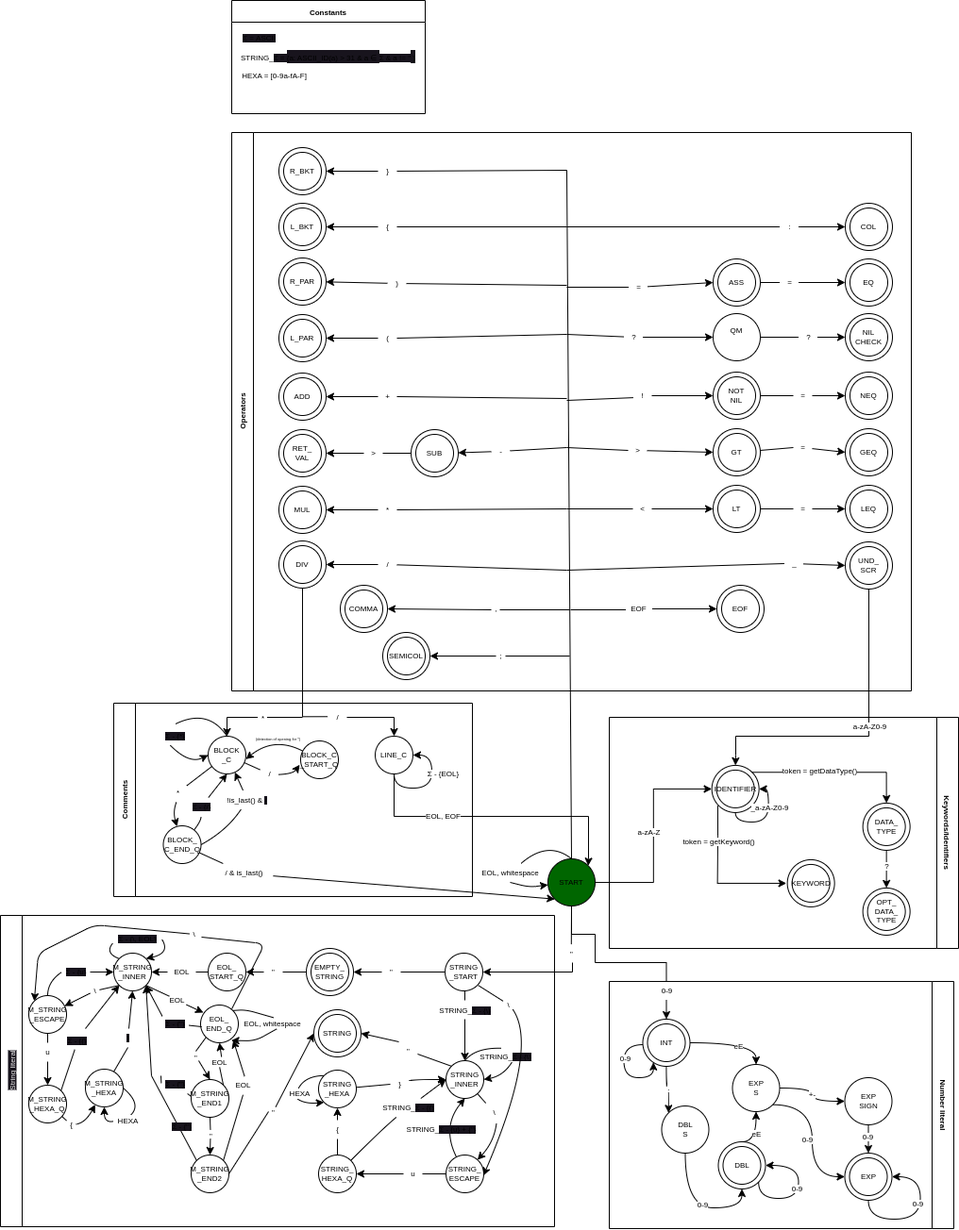
This is doc/fsm_draft.drawio.png from pomjak/IFJ23, a draw.io export, as it was before one commit. Source tidied: cells renumbered, new cells last; positions are measured from the earlier drawing's top-left corner, leaving out a move shared by most shapes.
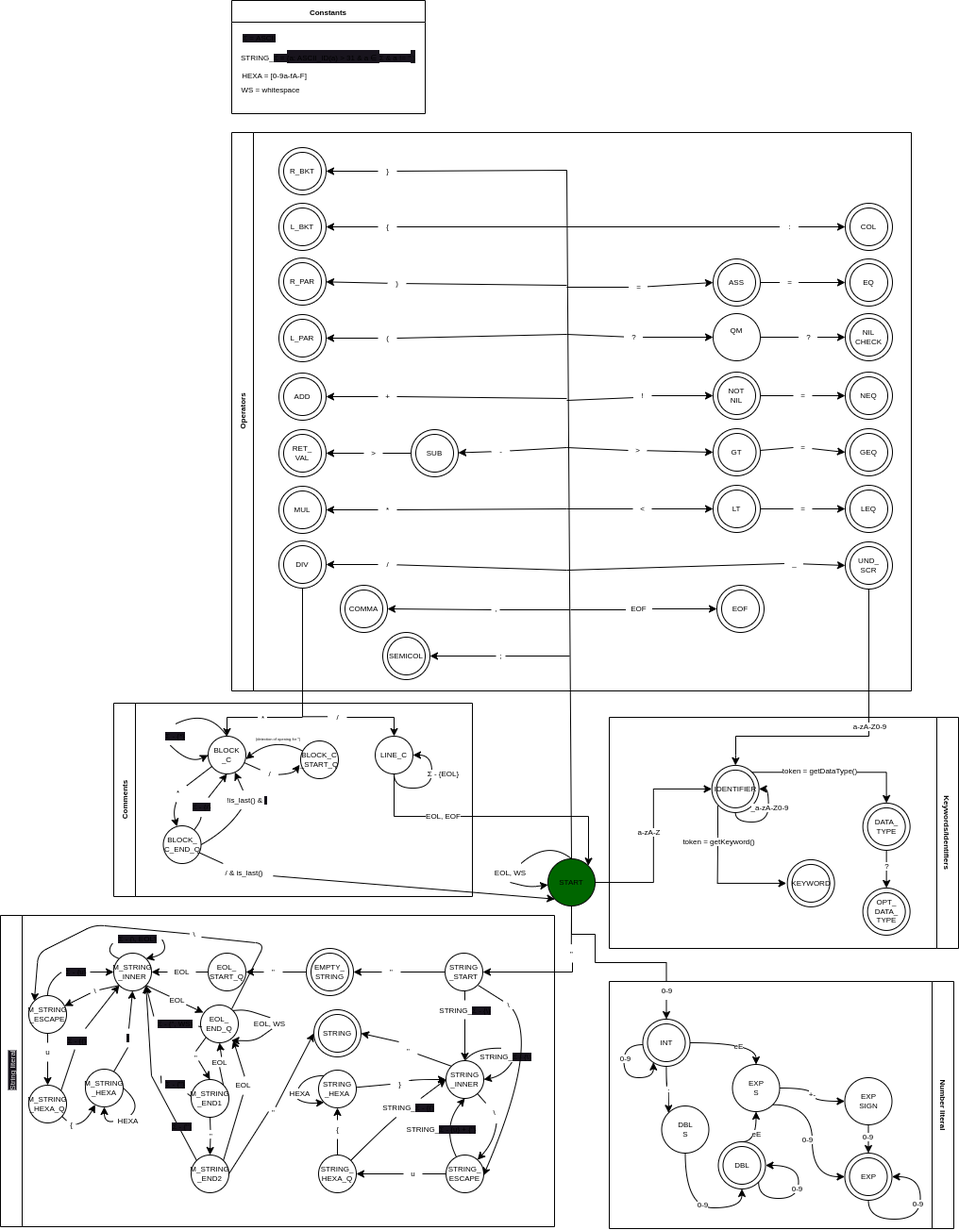
Above is the later version.

Commit message:
rename witespace, add ws to edge

Diff of the diagram source:
```diff
@@ -614,8 +614,8 @@
         </Array>
       </mxGeometry>
     </mxCell>
-    <mxCell id="179" value="EOL, whitespace" style="text;html=1;align=center;verticalAlign=middle;points=[];strokeColor=none;fillColor=none;fontSize=8;spacing=-1;" parent="1" vertex="1">
-      <mxGeometry x="500" y="915" width="80" height="20" as="geometry" />
+    <mxCell id="179" value="EOL, WS" style="text;html=1;align=center;verticalAlign=middle;points=[];strokeColor=none;fillColor=none;fontSize=8;spacing=-1;" parent="1" vertex="1">
+      <mxGeometry x="515" y="915" width="50" height="20" as="geometry" />
     </mxCell>
     <mxCell id="180" style="endArrow=classic;html=1;exitX=0.5;exitY=1;exitDx=0;exitDy=0;exitPerimeter=0;fontSize=8;spacing=-1;" parent="1" edge="1" source="179" target="4">
       <mxGeometry relative="1" as="geometry">
@@ -1144,8 +1144,8 @@
     <mxCell id="314" style="endArrow=none;html=1;rounded=0;fontSize=8;exitX=-0.008;exitY=0.442;exitDx=0;exitDy=0;exitPerimeter=0;" parent="213" edge="1" source="286" target="313">
       <mxGeometry relative="1" as="geometry" />
     </mxCell>
-    <mxCell id="315" value="&lt;span style=&quot;text-align: left; background-color: rgb(24, 20, 29);&quot;&gt;Σ - {&quot;}&lt;/span&gt;" style="text;html=1;align=center;verticalAlign=middle;points=[];strokeColor=none;fillColor=none;fontSize=8;spacing=0;spacingLeft=-2;spacingRight=-2;" parent="213" vertex="1">
-      <mxGeometry x="170" y="105" width="30" height="20" as="geometry" />
+    <mxCell id="315" value="&lt;span style=&quot;text-align: left; background-color: rgb(24, 20, 29);&quot;&gt;Σ - {&quot;, WS}&lt;/span&gt;" style="text;html=1;align=center;verticalAlign=middle;points=[];strokeColor=none;fillColor=none;fontSize=8;spacing=0;spacingLeft=-2;spacingRight=-2;" parent="213" vertex="1">
+      <mxGeometry x="160" y="105" width="50" height="20" as="geometry" />
     </mxCell>
     <mxCell id="316" style="endArrow=none;html=1;fontSize=8;curved=1;entryX=0.03;entryY=0.575;entryDx=0;entryDy=0;entryPerimeter=0;startArrow=none;" parent="213" edge="1" source="315" target="269">
       <mxGeometry relative="1" as="geometry" />
@@ -1185,8 +1185,8 @@
         </Array>
       </mxGeometry>
     </mxCell>
-    <mxCell id="326" value="EOL, whitespace" style="text;html=1;align=center;verticalAlign=middle;points=[];strokeColor=none;fillColor=none;spacing=0;spacingRight=-4;spacingLeft=-4;fontSize=8;spacingBottom=-2;spacingTop=-2;" parent="213" vertex="1">
-      <mxGeometry x="253" y="110" width="70" height="10" as="geometry" />
+    <mxCell id="326" value="EOL, WS" style="text;html=1;align=center;verticalAlign=middle;points=[];strokeColor=none;fillColor=none;spacing=0;spacingRight=-4;spacingLeft=-4;fontSize=8;spacingBottom=-2;spacingTop=-2;" parent="213" vertex="1">
+      <mxGeometry x="265" y="110" width="40" height="10" as="geometry" />
     </mxCell>
     <mxCell id="327" style="endArrow=classic;html=1;fontSize=8;entryX=0;entryY=0;entryDx=0;entryDy=0;startArrow=none;" parent="213" edge="1" source="328" target="260">
       <mxGeometry relative="1" as="geometry">
@@ -1359,5 +1359,8 @@
     <mxCell id="366" value=";" style="text;html=1;align=center;verticalAlign=middle;points=[];strokeColor=none;fillColor=none;fontSize=8;spacing=0;spacingLeft=-2;spacingRight=-2;" parent="1" vertex="1">
       <mxGeometry x="525" y="685" width="10" height="20" as="geometry" />
     </mxCell>
+    <mxCell id="367" value="&lt;font style=&quot;font-size: 8px;&quot;&gt;WS =&amp;nbsp;whitespace&lt;/font&gt;" style="text;html=1;align=center;verticalAlign=middle;strokeColor=none;fillColor=none;" parent="1" vertex="1">
+      <mxGeometry x="241" y="79" width="90" height="30" as="geometry" />
+    </mxCell>
   </root>
 </mxGraphModel>
```
